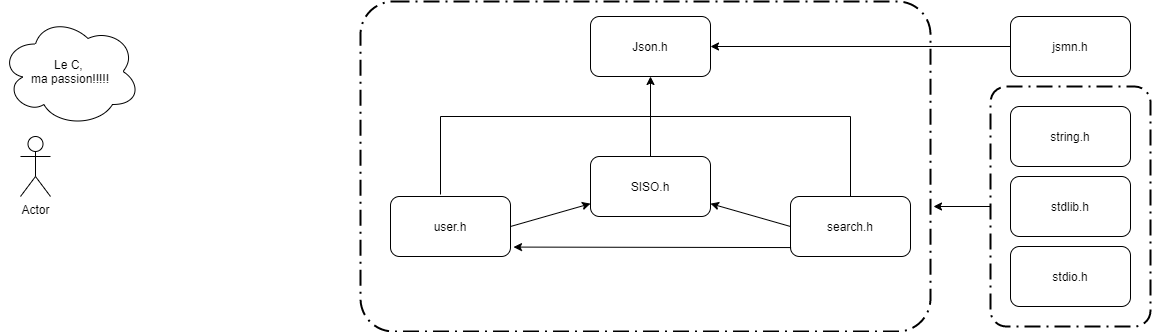
Earlier version of the draw.io export project c S4.png (vfrydrychowski/Byblio-Tech). Source tidied: cells renumbered, new cells last; positions are measured from the earlier drawing's top-left corner, leaving out a move shared by most shapes. Source of this version:
```xml
<mxGraphModel>
  <root>
    <mxCell id="0" />
    <mxCell id="1" parent="0" />
    <mxCell id="2" value="user.h" style="rounded=1;whiteSpace=wrap;html=1;" parent="1" vertex="1">
      <mxGeometry x="390" y="195" width="120" height="60" as="geometry" />
    </mxCell>
    <mxCell id="3" value="search.h" style="rounded=1;whiteSpace=wrap;html=1;" parent="1" vertex="1">
      <mxGeometry x="790" y="195" width="120" height="60" as="geometry" />
    </mxCell>
    <mxCell id="4" value="Json.h" style="rounded=1;whiteSpace=wrap;html=1;" parent="1" vertex="1">
      <mxGeometry x="590" y="15" width="120" height="60" as="geometry" />
    </mxCell>
    <mxCell id="5" value="string.h" style="rounded=1;whiteSpace=wrap;html=1;" parent="1" vertex="1">
      <mxGeometry x="1010" y="105" width="120" height="60" as="geometry" />
    </mxCell>
    <mxCell id="6" value="stdlib.h" style="rounded=1;whiteSpace=wrap;html=1;" parent="1" vertex="1">
      <mxGeometry x="1010" y="175" width="120" height="60" as="geometry" />
    </mxCell>
    <mxCell id="7" value="stdio.h" style="rounded=1;whiteSpace=wrap;html=1;" parent="1" vertex="1">
      <mxGeometry x="1010" y="245" width="120" height="60" as="geometry" />
    </mxCell>
    <mxCell id="8" style="edgeStyle=orthogonalEdgeStyle;rounded=0;jettySize=auto;html=1;exitX=0;exitY=0.5;exitDx=0;exitDy=0;entryX=1;entryY=0.5;entryDx=0;entryDy=0;" parent="1" edge="1" source="9" target="4">
      <mxGeometry relative="1" as="geometry" />
    </mxCell>
    <mxCell id="9" value="jsmn.h" style="rounded=1;whiteSpace=wrap;html=1;" parent="1" vertex="1">
      <mxGeometry x="1010" y="15" width="120" height="60" as="geometry" />
    </mxCell>
    <mxCell id="10" value="Actor" style="shape=umlActor;verticalLabelPosition=bottom;labelBackgroundColor=#ffffff;verticalAlign=top;html=1;" parent="1" vertex="1">
      <mxGeometry x="20" y="135" width="30" height="60" as="geometry" />
    </mxCell>
    <mxCell id="11" value="Le C, &lt;br&gt;ma passion!!!!!" style="ellipse;shape=cloud;whiteSpace=wrap;html=1;" parent="1" vertex="1">
      <mxGeometry y="15" width="140" height="110" as="geometry" />
    </mxCell>
    <mxCell id="12" style="edgeStyle=orthogonalEdgeStyle;rounded=0;jettySize=auto;html=1;exitX=0;exitY=0.5;exitDx=0;exitDy=0;" parent="1" edge="1" source="13">
      <mxGeometry relative="1" as="geometry">
        <mxPoint x="933" y="205" as="targetPoint" />
      </mxGeometry>
    </mxCell>
    <mxCell id="13" style="rounded=1;arcSize=10;dashed=1;strokeColor=#000000;fillColor=none;gradientColor=none;dashPattern=8 3 1 3;strokeWidth=2;" parent="1" vertex="1">
      <mxGeometry x="990" y="85" width="160" height="240" as="geometry" />
    </mxCell>
    <mxCell id="14" style="endArrow=none;html=1;" parent="1" edge="1">
      <mxGeometry relative="1" as="geometry">
        <mxPoint x="440" y="115" as="sourcePoint" />
        <mxPoint x="850" y="115" as="targetPoint" />
      </mxGeometry>
    </mxCell>
    <mxCell id="15" style="rounded=1;arcSize=10;dashed=1;strokeColor=#000000;fillColor=none;gradientColor=none;dashPattern=8 3 1 3;strokeWidth=2;" parent="1" vertex="1">
      <mxGeometry x="360" width="570" height="330" as="geometry" />
    </mxCell>
    <mxCell id="16" style="endArrow=none;html=1;" parent="1" edge="1" source="3">
      <mxGeometry relative="1" as="geometry">
        <mxPoint x="850" y="115" as="targetPoint" />
      </mxGeometry>
    </mxCell>
    <mxCell id="17" style="endArrow=classic;html=1;entryX=0.5;entryY=1;entryDx=0;entryDy=0;" parent="1" edge="1" target="4">
      <mxGeometry relative="1" as="geometry">
        <mxPoint x="650" y="115" as="sourcePoint" />
      </mxGeometry>
    </mxCell>
    <mxCell id="18" value="SISO.h" style="rounded=1;whiteSpace=wrap;html=1;" parent="1" vertex="1">
      <mxGeometry x="590" y="155" width="120" height="60" as="geometry" />
    </mxCell>
    <mxCell id="19" style="endArrow=classic;html=1;exitX=1;exitY=0.5;exitDx=0;exitDy=0;" parent="1" edge="1" source="2" target="18">
      <mxGeometry relative="1" as="geometry" />
    </mxCell>
    <mxCell id="20" style="endArrow=classic;html=1;exitX=0;exitY=0.5;exitDx=0;exitDy=0;" parent="1" edge="1" source="3" target="18">
      <mxGeometry relative="1" as="geometry" />
    </mxCell>
    <mxCell id="21" style="endArrow=none;html=1;" parent="1" edge="1">
      <mxGeometry relative="1" as="geometry">
        <mxPoint x="440" y="193" as="sourcePoint" />
        <mxPoint x="440" y="115" as="targetPoint" />
      </mxGeometry>
    </mxCell>
    <mxCell id="22" style="endArrow=none;html=1;" parent="1" edge="1">
      <mxGeometry relative="1" as="geometry">
        <mxPoint x="650" y="155" as="sourcePoint" />
        <mxPoint x="650" y="115" as="targetPoint" />
      </mxGeometry>
    </mxCell>
    <mxCell id="23" style="endArrow=classic;html=1;exitX=0.005;exitY=0.851;exitDx=0;exitDy=0;exitPerimeter=0;entryX=1.025;entryY=0.843;entryDx=0;entryDy=0;entryPerimeter=0;" parent="1" edge="1" source="3" target="2">
      <mxGeometry relative="1" as="geometry" />
    </mxCell>
  </root>
</mxGraphModel>
```
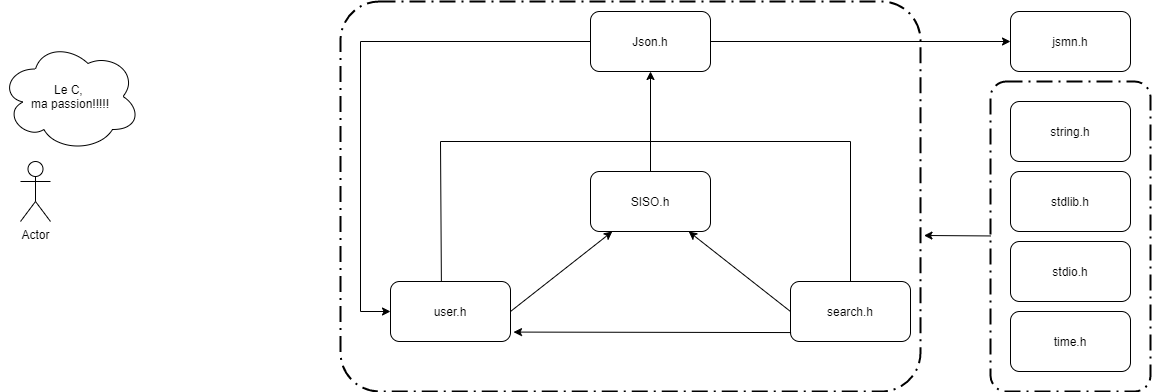
The same file after the commit.

Change to the diagram source:
```diff
@@ -3,28 +3,28 @@
     <mxCell id="0" />
     <mxCell id="1" parent="0" />
     <mxCell id="2" value="user.h" style="rounded=1;whiteSpace=wrap;html=1;" parent="1" vertex="1">
-      <mxGeometry x="390" y="195" width="120" height="60" as="geometry" />
+      <mxGeometry x="390" y="255" width="120" height="60" as="geometry" />
     </mxCell>
     <mxCell id="3" value="search.h" style="rounded=1;whiteSpace=wrap;html=1;" parent="1" vertex="1">
-      <mxGeometry x="790" y="195" width="120" height="60" as="geometry" />
+      <mxGeometry x="790" y="255" width="120" height="60" as="geometry" />
     </mxCell>
     <mxCell id="4" value="Json.h" style="rounded=1;whiteSpace=wrap;html=1;" parent="1" vertex="1">
-      <mxGeometry x="590" y="15" width="120" height="60" as="geometry" />
+      <mxGeometry x="590" y="-15" width="120" height="60" as="geometry" />
     </mxCell>
     <mxCell id="5" value="string.h" style="rounded=1;whiteSpace=wrap;html=1;" parent="1" vertex="1">
-      <mxGeometry x="1010" y="105" width="120" height="60" as="geometry" />
+      <mxGeometry x="1010" y="75" width="120" height="60" as="geometry" />
     </mxCell>
     <mxCell id="6" value="stdlib.h" style="rounded=1;whiteSpace=wrap;html=1;" parent="1" vertex="1">
-      <mxGeometry x="1010" y="175" width="120" height="60" as="geometry" />
+      <mxGeometry x="1010" y="145" width="120" height="60" as="geometry" />
     </mxCell>
     <mxCell id="7" value="stdio.h" style="rounded=1;whiteSpace=wrap;html=1;" parent="1" vertex="1">
-      <mxGeometry x="1010" y="245" width="120" height="60" as="geometry" />
+      <mxGeometry x="1010" y="215" width="120" height="60" as="geometry" />
     </mxCell>
-    <mxCell id="8" style="edgeStyle=orthogonalEdgeStyle;rounded=0;jettySize=auto;html=1;exitX=0;exitY=0.5;exitDx=0;exitDy=0;entryX=1;entryY=0.5;entryDx=0;entryDy=0;" parent="1" edge="1" source="9" target="4">
+    <mxCell id="8" style="edgeStyle=orthogonalEdgeStyle;rounded=0;jettySize=auto;html=1;exitX=1;exitY=0.5;exitDx=0;exitDy=0;entryX=0;entryY=0.5;entryDx=0;entryDy=0;" parent="1" edge="1" source="4" target="9">
       <mxGeometry relative="1" as="geometry" />
     </mxCell>
     <mxCell id="9" value="jsmn.h" style="rounded=1;whiteSpace=wrap;html=1;" parent="1" vertex="1">
-      <mxGeometry x="1010" y="15" width="120" height="60" as="geometry" />
+      <mxGeometry x="1010" y="-15" width="120" height="60" as="geometry" />
     </mxCell>
     <mxCell id="10" value="Actor" style="shape=umlActor;verticalLabelPosition=bottom;labelBackgroundColor=#ffffff;verticalAlign=top;html=1;" parent="1" vertex="1">
       <mxGeometry x="20" y="135" width="30" height="60" as="geometry" />
@@ -32,13 +32,8 @@
     <mxCell id="11" value="Le C, &lt;br&gt;ma passion!!!!!" style="ellipse;shape=cloud;whiteSpace=wrap;html=1;" parent="1" vertex="1">
       <mxGeometry y="15" width="140" height="110" as="geometry" />
     </mxCell>
-    <mxCell id="12" style="edgeStyle=orthogonalEdgeStyle;rounded=0;jettySize=auto;html=1;exitX=0;exitY=0.5;exitDx=0;exitDy=0;" parent="1" edge="1" source="13">
-      <mxGeometry relative="1" as="geometry">
-        <mxPoint x="933" y="205" as="targetPoint" />
-      </mxGeometry>
-    </mxCell>
     <mxCell id="13" style="rounded=1;arcSize=10;dashed=1;strokeColor=#000000;fillColor=none;gradientColor=none;dashPattern=8 3 1 3;strokeWidth=2;" parent="1" vertex="1">
-      <mxGeometry x="990" y="85" width="160" height="240" as="geometry" />
+      <mxGeometry x="990" y="55" width="160" height="310" as="geometry" />
     </mxCell>
     <mxCell id="14" style="endArrow=none;html=1;" parent="1" edge="1">
       <mxGeometry relative="1" as="geometry">
@@ -47,7 +42,7 @@
       </mxGeometry>
     </mxCell>
     <mxCell id="15" style="rounded=1;arcSize=10;dashed=1;strokeColor=#000000;fillColor=none;gradientColor=none;dashPattern=8 3 1 3;strokeWidth=2;" parent="1" vertex="1">
-      <mxGeometry x="360" width="570" height="330" as="geometry" />
+      <mxGeometry x="340" y="-25" width="580" height="390" as="geometry" />
     </mxCell>
     <mxCell id="16" style="endArrow=none;html=1;" parent="1" edge="1" source="3">
       <mxGeometry relative="1" as="geometry">
@@ -60,7 +55,7 @@
       </mxGeometry>
     </mxCell>
     <mxCell id="18" value="SISO.h" style="rounded=1;whiteSpace=wrap;html=1;" parent="1" vertex="1">
-      <mxGeometry x="590" y="155" width="120" height="60" as="geometry" />
+      <mxGeometry x="590" y="145" width="120" height="60" as="geometry" />
     </mxCell>
     <mxCell id="19" style="endArrow=classic;html=1;exitX=1;exitY=0.5;exitDx=0;exitDy=0;" parent="1" edge="1" source="2" target="18">
       <mxGeometry relative="1" as="geometry" />
@@ -68,20 +63,41 @@
     <mxCell id="20" style="endArrow=classic;html=1;exitX=0;exitY=0.5;exitDx=0;exitDy=0;" parent="1" edge="1" source="3" target="18">
       <mxGeometry relative="1" as="geometry" />
     </mxCell>
-    <mxCell id="21" style="endArrow=none;html=1;" parent="1" edge="1">
+    <mxCell id="21" style="endArrow=none;html=1;exitX=0.424;exitY=-0.003;exitDx=0;exitDy=0;exitPerimeter=0;" parent="1" edge="1" source="2">
       <mxGeometry relative="1" as="geometry">
-        <mxPoint x="440" y="193" as="sourcePoint" />
         <mxPoint x="440" y="115" as="targetPoint" />
       </mxGeometry>
     </mxCell>
     <mxCell id="22" style="endArrow=none;html=1;" parent="1" edge="1">
       <mxGeometry relative="1" as="geometry">
-        <mxPoint x="650" y="155" as="sourcePoint" />
+        <mxPoint x="650" y="145" as="sourcePoint" />
         <mxPoint x="650" y="115" as="targetPoint" />
       </mxGeometry>
     </mxCell>
     <mxCell id="23" style="endArrow=classic;html=1;exitX=0.005;exitY=0.851;exitDx=0;exitDy=0;exitPerimeter=0;entryX=1.025;entryY=0.843;entryDx=0;entryDy=0;entryPerimeter=0;" parent="1" edge="1" source="3" target="2">
       <mxGeometry relative="1" as="geometry" />
     </mxCell>
+    <mxCell id="24" style="endArrow=none;html=1;entryX=0;entryY=0.5;entryDx=0;entryDy=0;" parent="1" edge="1" target="4">
+      <mxGeometry relative="1" as="geometry">
+        <mxPoint x="360" y="15" as="sourcePoint" />
+      </mxGeometry>
+    </mxCell>
+    <mxCell id="25" style="endArrow=none;html=1;" parent="1" edge="1">
+      <mxGeometry relative="1" as="geometry">
+        <mxPoint x="360" y="15" as="sourcePoint" />
+        <mxPoint x="360" y="285" as="targetPoint" />
+      </mxGeometry>
+    </mxCell>
+    <mxCell id="26" style="endArrow=classic;html=1;entryX=0;entryY=0.5;entryDx=0;entryDy=0;" parent="1" edge="1" target="2">
+      <mxGeometry relative="1" as="geometry">
+        <mxPoint x="360" y="285" as="sourcePoint" />
+      </mxGeometry>
+    </mxCell>
+    <mxCell id="27" value="time.h" style="rounded=1;whiteSpace=wrap;html=1;" parent="1" vertex="1">
+      <mxGeometry x="1010" y="285" width="120" height="60" as="geometry" />
+    </mxCell>
+    <mxCell id="28" style="endArrow=classic;html=1;entryX=1.006;entryY=0.6;entryDx=0;entryDy=0;entryPerimeter=0;" parent="1" edge="1" source="13" target="15">
+      <mxGeometry relative="1" as="geometry" />
+    </mxCell>
   </root>
 </mxGraphModel>
```
